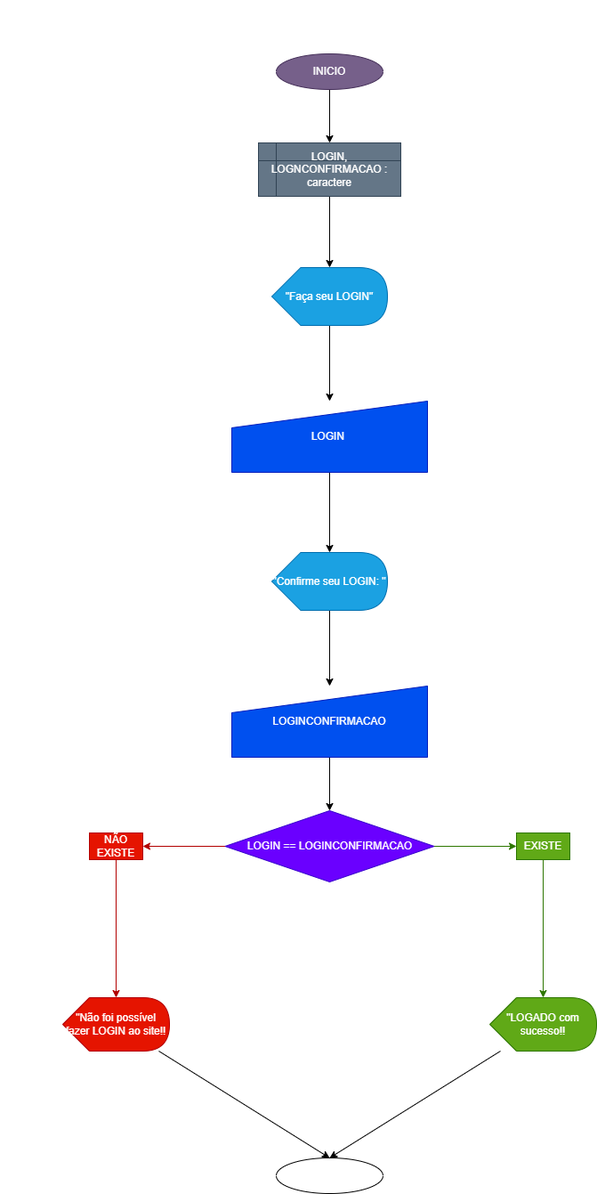
The draw.io diagram LogicadeProgramacao/fluxogramaComDecisao2.png in BATENDER/exercicios_fluxograma, before a commit. Source tidied: cells renumbered, new cells last; positions are measured from the earlier drawing's top-left corner, leaving out a move shared by most shapes.
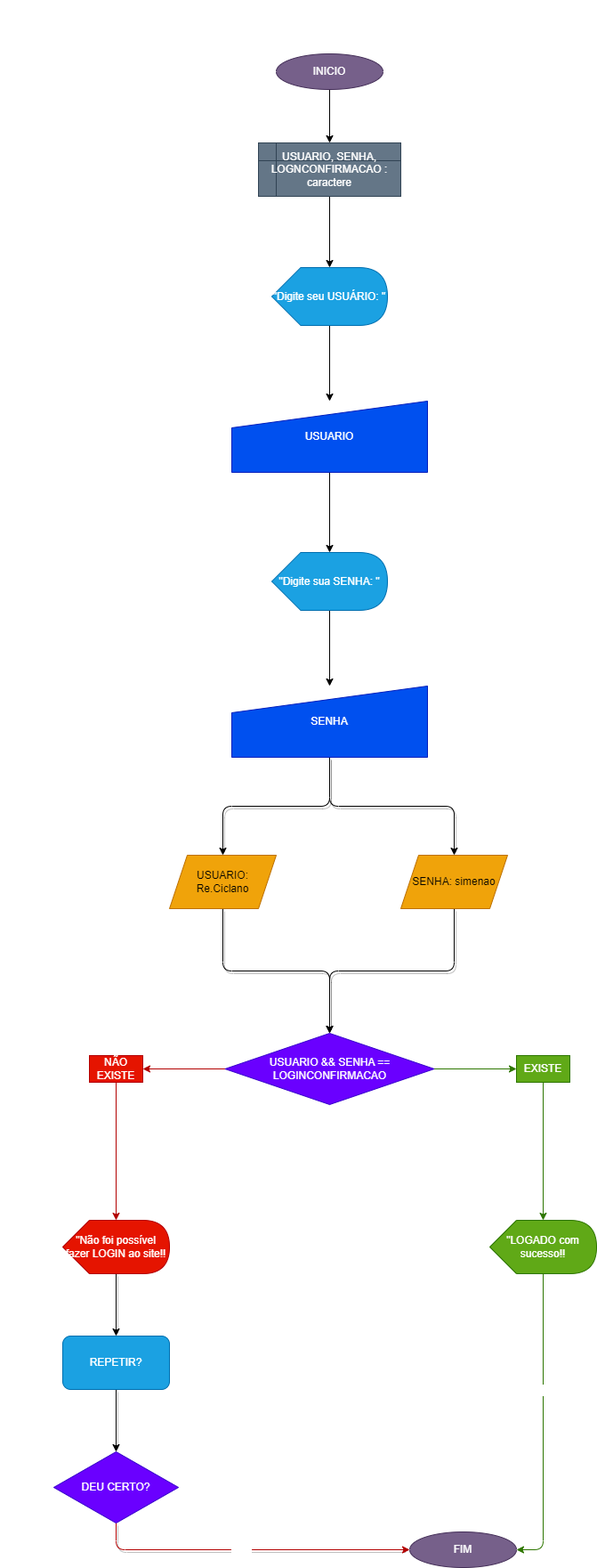
Later version of the same file.

Diff of the diagram source:
```diff
@@ -14,19 +14,19 @@
     <mxCell id="5" style="edgeStyle=none;html=1;entryX=0;entryY=0;entryDx=65;entryDy=0;entryPerimeter=0;fontColor=#FFFFFF;" parent="1" edge="1" source="6" target="8">
       <mxGeometry relative="1" as="geometry" />
     </mxCell>
-    <mxCell id="6" value="LOGIN, LOGNCONFIRMACAO : caractere" style="shape=internalStorage;whiteSpace=wrap;html=1;backgroundOutline=1;fontColor=#ffffff;fillColor=#647687;strokeColor=#314354;" parent="1" vertex="1">
+    <mxCell id="6" value="USUARIO, SENHA, LOGNCONFIRMACAO : caractere" style="shape=internalStorage;whiteSpace=wrap;html=1;backgroundOutline=1;fontColor=#ffffff;fillColor=#647687;strokeColor=#314354;" parent="1" vertex="1">
       <mxGeometry x="290" y="150" width="160" height="60" as="geometry" />
     </mxCell>
     <mxCell id="7" style="edgeStyle=none;html=1;entryX=0.5;entryY=0;entryDx=0;entryDy=0;fontColor=#FFFFFF;" parent="1" edge="1" source="8" target="10">
       <mxGeometry relative="1" as="geometry" />
     </mxCell>
-    <mxCell id="8" value="&quot;Faça seu LOGIN&quot;" style="shape=display;whiteSpace=wrap;html=1;fontColor=#ffffff;fillColor=#1ba1e2;strokeColor=#006EAF;" parent="1" vertex="1">
+    <mxCell id="8" value="&quot;Digite seu USUÁRIO: &quot;" style="shape=display;whiteSpace=wrap;html=1;fontColor=#ffffff;fillColor=#1ba1e2;strokeColor=#006EAF;" parent="1" vertex="1">
       <mxGeometry x="305" y="290" width="130" height="65" as="geometry" />
     </mxCell>
     <mxCell id="9" style="edgeStyle=none;html=1;entryX=0;entryY=0;entryDx=65;entryDy=0;entryPerimeter=0;fontColor=#FFFFFF;" parent="1" edge="1" source="10" target="15">
       <mxGeometry relative="1" as="geometry" />
     </mxCell>
-    <mxCell id="10" value="LOGIN&amp;nbsp;" style="shape=manualInput;whiteSpace=wrap;html=1;fontColor=#ffffff;fillColor=#0050ef;strokeColor=#001DBC;" parent="1" vertex="1">
+    <mxCell id="10" value="USUARIO" style="shape=manualInput;whiteSpace=wrap;html=1;fontColor=#ffffff;fillColor=#0050ef;strokeColor=#001DBC;" parent="1" vertex="1">
       <mxGeometry x="260" y="440" width="220" height="80" as="geometry" />
     </mxCell>
     <mxCell id="11" style="edgeStyle=none;html=1;entryX=1;entryY=0.5;entryDx=0;entryDy=0;fontColor=#FFFFFF;fillColor=#e51400;strokeColor=#B20000;" parent="1" edge="1" source="13" target="21">
@@ -35,47 +35,84 @@
     <mxCell id="12" style="edgeStyle=none;html=1;entryX=0;entryY=0.5;entryDx=0;entryDy=0;fontColor=#FFFFFF;fillColor=#60a917;strokeColor=#2D7600;" parent="1" edge="1" source="13" target="19">
       <mxGeometry relative="1" as="geometry" />
     </mxCell>
-    <mxCell id="13" value="LOGIN == LOGINCONFIRMACAO" style="rhombus;whiteSpace=wrap;html=1;fontColor=#ffffff;fillColor=#6a00ff;strokeColor=#3700CC;" parent="1" vertex="1">
-      <mxGeometry x="252.5" y="900" width="235" height="80" as="geometry" />
+    <mxCell id="13" value="USUARIO &amp;amp;&amp;amp; SENHA == LOGINCONFIRMACAO" style="rhombus;whiteSpace=wrap;html=1;fontColor=#ffffff;fillColor=#6a00ff;strokeColor=#3700CC;" parent="1" vertex="1">
+      <mxGeometry x="252.5" y="1150" width="235" height="80" as="geometry" />
     </mxCell>
     <mxCell id="14" style="edgeStyle=none;html=1;fontColor=#FFFFFF;" parent="1" edge="1" source="15" target="17">
       <mxGeometry relative="1" as="geometry" />
     </mxCell>
-    <mxCell id="15" value="&quot;Confirme seu LOGIN: &quot;" style="shape=display;whiteSpace=wrap;html=1;fontColor=#ffffff;fillColor=#1ba1e2;strokeColor=#006EAF;" parent="1" vertex="1">
+    <mxCell id="15" value="&quot;Digite sua SENHA: &quot;" style="shape=display;whiteSpace=wrap;html=1;fontColor=#ffffff;fillColor=#1ba1e2;strokeColor=#006EAF;" parent="1" vertex="1">
       <mxGeometry x="305" y="610" width="130" height="65" as="geometry" />
     </mxCell>
-    <mxCell id="16" style="edgeStyle=none;html=1;entryX=0.5;entryY=0;entryDx=0;entryDy=0;fontColor=#FFFFFF;" parent="1" edge="1" source="17" target="13">
-      <mxGeometry relative="1" as="geometry" />
-    </mxCell>
+    <mxCell id="27" style="edgeStyle=orthogonalEdgeStyle;html=1;entryX=0.5;entryY=0;entryDx=0;entryDy=0;shadow=1;fontColor=#FFFFFF;" parent="1" edge="1" source="17" target="32">
+      <mxGeometry relative="1" as="geometry" />
+    </mxCell>
+    <mxCell id="28" style="edgeStyle=orthogonalEdgeStyle;html=1;entryX=0.5;entryY=0;entryDx=0;entryDy=0;shadow=1;fontColor=#FFFFFF;" parent="1" edge="1" source="17" target="34">
+      <mxGeometry relative="1" as="geometry" />
+    </mxCell>
-    <mxCell id="17" value="LOGINCONFIRMACAO" style="shape=manualInput;whiteSpace=wrap;html=1;fontColor=#ffffff;fillColor=#0050ef;strokeColor=#001DBC;" parent="1" vertex="1">
+    <mxCell id="17" value="SENHA" style="shape=manualInput;whiteSpace=wrap;html=1;fontColor=#ffffff;fillColor=#0050ef;strokeColor=#001DBC;" parent="1" vertex="1">
       <mxGeometry x="260" y="760" width="220" height="80" as="geometry" />
     </mxCell>
     <mxCell id="18" style="edgeStyle=none;html=1;entryX=0;entryY=0;entryDx=60;entryDy=0;entryPerimeter=0;fontColor=#FFFFFF;fillColor=#60a917;strokeColor=#2D7600;" parent="1" edge="1" source="19" target="23">
       <mxGeometry relative="1" as="geometry" />
     </mxCell>
     <mxCell id="19" value="EXISTE" style="text;html=1;strokeColor=#2D7600;fillColor=#60a917;align=center;verticalAlign=middle;whiteSpace=wrap;rounded=0;fontColor=#ffffff;" parent="1" vertex="1">
-      <mxGeometry x="580" y="925" width="60" height="30" as="geometry" />
+      <mxGeometry x="580" y="1175" width="60" height="30" as="geometry" />
     </mxCell>
     <mxCell id="20" style="edgeStyle=none;html=1;entryX=0;entryY=0;entryDx=60;entryDy=0;entryPerimeter=0;fontColor=#FFFFFF;fillColor=#e51400;strokeColor=#B20000;" parent="1" edge="1" source="21" target="25">
       <mxGeometry relative="1" as="geometry" />
     </mxCell>
     <mxCell id="21" value="NÃO EXISTE" style="text;html=1;strokeColor=#B20000;fillColor=#e51400;align=center;verticalAlign=middle;whiteSpace=wrap;rounded=0;fontColor=#ffffff;" parent="1" vertex="1">
-      <mxGeometry x="100" y="925" width="60" height="30" as="geometry" />
+      <mxGeometry x="100" y="1175" width="60" height="30" as="geometry" />
     </mxCell>
-    <mxCell id="22" style="edgeStyle=none;html=1;entryX=0.5;entryY=0;entryDx=0;entryDy=0;fontColor=#FFFFFF;" parent="1" edge="1" source="23" target="26">
+    <mxCell id="22" style="html=1;entryX=1;entryY=0.5;entryDx=0;entryDy=0;fontColor=#FFFFFF;edgeStyle=orthogonalEdgeStyle;fillColor=#60a917;strokeColor=#2D7600;" parent="1" edge="1" source="23" target="26">
       <mxGeometry relative="1" as="geometry" />
     </mxCell>
+    <mxCell id="29" value="SIM" style="edgeLabel;html=1;align=center;verticalAlign=middle;fontColor=#FFFFFF;" parent="22" vertex="1">
+      <mxGeometry x="-0.24" y="-2" relative="1" as="geometry" />
+    </mxCell>
     <mxCell id="23" value="&quot;LOGADO com sucesso!!" style="shape=display;whiteSpace=wrap;html=1;fontColor=#ffffff;fillColor=#60a917;strokeColor=#2D7600;" parent="1" vertex="1">
-      <mxGeometry x="550" y="1110" width="120" height="60" as="geometry" />
+      <mxGeometry x="550" y="1360" width="120" height="60" as="geometry" />
     </mxCell>
-    <mxCell id="24" style="edgeStyle=none;html=1;entryX=0.5;entryY=0;entryDx=0;entryDy=0;fontColor=#FFFFFF;" parent="1" edge="1" source="25" target="26">
-      <mxGeometry relative="1" as="geometry" />
-    </mxCell>
+    <mxCell id="30" style="edgeStyle=orthogonalEdgeStyle;html=1;entryX=0.5;entryY=0;entryDx=0;entryDy=0;shadow=1;fontColor=#FFFFFF;" parent="1" edge="1" source="25" target="36">
+      <mxGeometry relative="1" as="geometry" />
+    </mxCell>
-    <mxCell id="25" value="&quot;Não foi possível fazer LOGIN ao site!!" style="shape=display;whiteSpace=wrap;html=1;fontColor=#ffffff;fillColor=#e51400;strokeColor=#B20000;" parent="1" vertex="1">
-      <mxGeometry x="70" y="1110" width="120" height="60" as="geometry" />
+    <mxCell id="25" value="&quot;Não foi possível fazer LOGIN ao site!!" style="shape=display;whiteSpace=wrap;html=1;fontColor=#ffffff;fillColor=#e51400;strokeColor=#B20000;shadow=0;" parent="1" vertex="1">
+      <mxGeometry x="70" y="1360" width="120" height="60" as="geometry" />
     </mxCell>
-    <mxCell id="26" value="FIM" style="ellipse;whiteSpace=wrap;html=1;fontColor=#FFFFFF;" parent="1" vertex="1">
-      <mxGeometry x="310" y="1290" width="120" height="40" as="geometry" />
+    <mxCell id="26" value="FIM" style="ellipse;whiteSpace=wrap;html=1;fontColor=#ffffff;fillColor=#76608a;strokeColor=#432D57;" parent="1" vertex="1">
+      <mxGeometry x="460" y="1710" width="120" height="40" as="geometry" />
     </mxCell>
+    <mxCell id="31" style="edgeStyle=orthogonalEdgeStyle;html=1;entryX=0.5;entryY=0;entryDx=0;entryDy=0;shadow=1;fontColor=#FFFFFF;" parent="1" edge="1" source="32" target="13">
+      <mxGeometry relative="1" as="geometry" />
+    </mxCell>
+    <mxCell id="32" value="USUARIO: Re.Ciclano" style="shape=parallelogram;perimeter=parallelogramPerimeter;whiteSpace=wrap;html=1;fixedSize=1;shadow=0;fontColor=#000000;fillColor=#f0a30a;strokeColor=#BD7000;" parent="1" vertex="1">
+      <mxGeometry x="190" y="950" width="120" height="60" as="geometry" />
+    </mxCell>
+    <mxCell id="33" style="edgeStyle=orthogonalEdgeStyle;html=1;entryX=0.5;entryY=0;entryDx=0;entryDy=0;shadow=1;fontColor=#FFFFFF;" parent="1" edge="1" source="34" target="13">
+      <mxGeometry relative="1" as="geometry" />
+    </mxCell>
+    <mxCell id="34" value="SENHA: simenao" style="shape=parallelogram;perimeter=parallelogramPerimeter;whiteSpace=wrap;html=1;fixedSize=1;shadow=0;fontColor=#000000;fillColor=#f0a30a;strokeColor=#BD7000;" parent="1" vertex="1">
+      <mxGeometry x="450" y="950" width="120" height="60" as="geometry" />
+    </mxCell>
+    <mxCell id="35" style="edgeStyle=orthogonalEdgeStyle;html=1;entryX=0.5;entryY=0;entryDx=0;entryDy=0;shadow=1;fontColor=#FFFFFF;" parent="1" edge="1" source="36" target="39">
+      <mxGeometry relative="1" as="geometry" />
+    </mxCell>
+    <mxCell id="36" value="REPETIR?" style="rounded=1;whiteSpace=wrap;html=1;shadow=0;fillColor=#1ba1e2;strokeColor=#006EAF;fontColor=#ffffff;" parent="1" vertex="1">
+      <mxGeometry x="70" y="1490" width="120" height="60" as="geometry" />
+    </mxCell>
+    <mxCell id="37" style="edgeStyle=orthogonalEdgeStyle;html=1;entryX=0;entryY=0.5;entryDx=0;entryDy=0;shadow=1;fontColor=#FFFFFF;fillColor=#e51400;strokeColor=#B20000;" parent="1" edge="1" source="39" target="26">
+      <mxGeometry relative="1" as="geometry">
+        <Array as="points">
+          <mxPoint x="130" y="1730" />
+        </Array>
+      </mxGeometry>
+    </mxCell>
+    <mxCell id="38" value="NÃO" style="edgeLabel;html=1;align=center;verticalAlign=middle;fontColor=#FFFFFF;" parent="37" vertex="1">
+      <mxGeometry x="-0.05" y="1" relative="1" as="geometry" />
+    </mxCell>
+    <mxCell id="39" value="DEU CERTO?" style="rhombus;whiteSpace=wrap;html=1;shadow=0;fontColor=#ffffff;fillColor=#6a00ff;strokeColor=#3700CC;" parent="1" vertex="1">
+      <mxGeometry x="60" y="1620" width="140" height="80" as="geometry" />
+    </mxCell>
   </root>
 </mxGraphModel>
```
